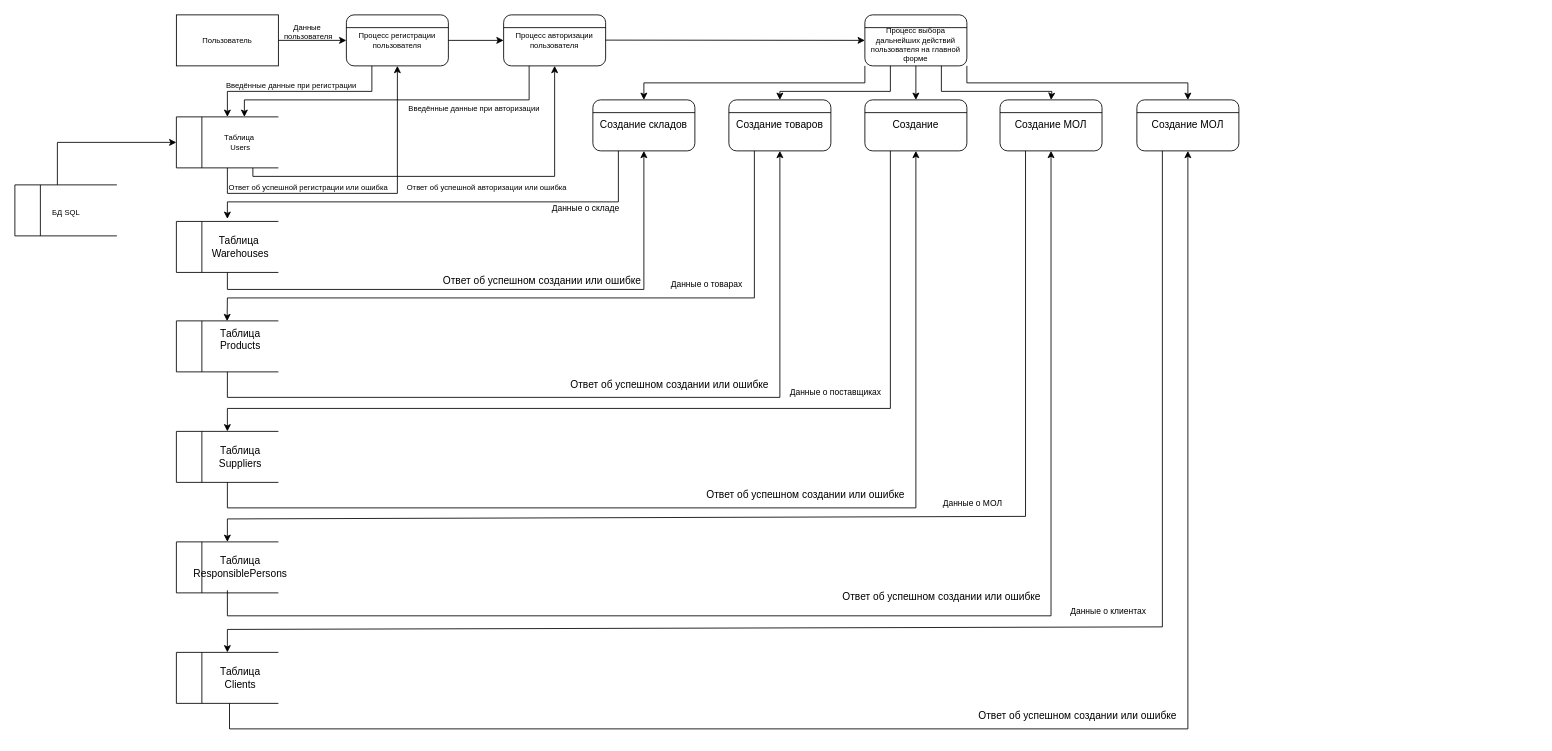
The draw.io diagram DFD.drawio in dallas-ak/MiSPIS, before the edit. Source tidied: cells renumbered, new cells numbered last; positions are measured from the earlier drawing's top-left corner, leaving out a move shared by most shapes. Both pictures are drawn from the tidied source at 85%, with x=0, y=0 at pixel (14, 14).
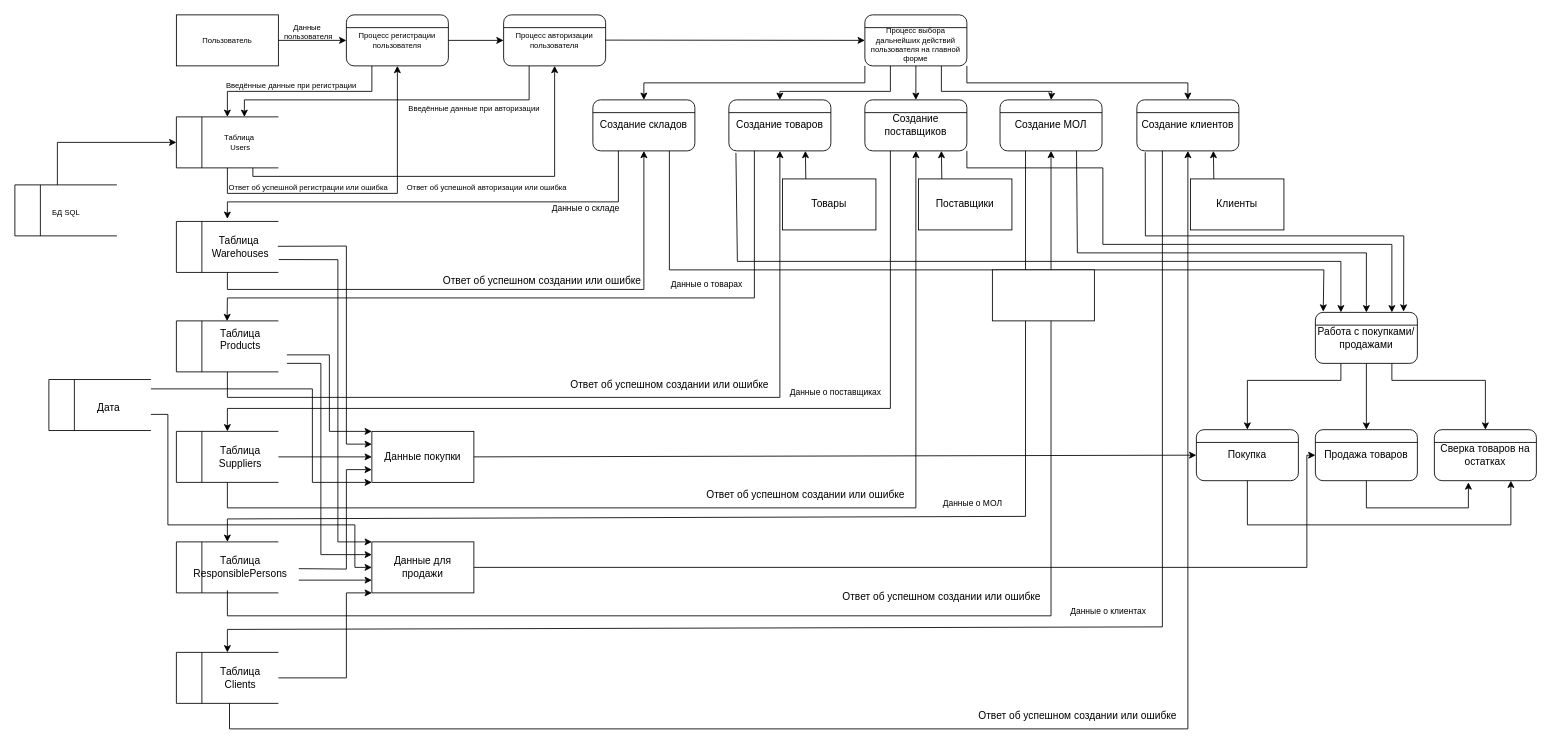
The same page after the edit.

The change refers to these unchanged cells:
```xml
<mxCell id="36" value="Создание складов" style="rounded=1;whiteSpace=wrap;html=1;" parent="1" vertex="1">
  <mxGeometry x="680" y="100" width="120" height="60" as="geometry" />
</mxCell>
<mxCell id="38" value="Создание товаров" style="rounded=1;whiteSpace=wrap;html=1;" parent="1" vertex="1">
  <mxGeometry x="840" y="100" width="120" height="60" as="geometry" />
</mxCell>
<mxCell id="45" value="Таблица&amp;nbsp;&lt;div&gt;Warehouses&lt;/div&gt;" style="text;html=1;align=center;verticalAlign=middle;points=[];strokeColor=none;fillColor=none;" parent="41" vertex="1">
  <mxGeometry x="30" y="10" width="90" height="40" as="geometry" />
</mxCell>
<mxCell id="64" value="Создание МОЛ" style="rounded=1;whiteSpace=wrap;html=1;" parent="1" vertex="1">
  <mxGeometry x="1159" y="100" width="120" height="60" as="geometry" />
</mxCell>
<mxCell id="86" value="Таблица&lt;div&gt;&lt;span style=&quot;background-color: initial;&quot;&gt;ResponsiblePersons&lt;/span&gt;&lt;/div&gt;" style="text;html=1;align=center;verticalAlign=middle;points=[];strokeColor=none;fillColor=none;" parent="82" vertex="1">
  <mxGeometry x="10" y="10" width="130" height="40" as="geometry" />
</mxCell>
```

The edit, as a diff of the source:
```diff
@@
-    <mxCell id="62" value="Создание" style="rounded=1;whiteSpace=wrap;html=1;" parent="1" vertex="1">
+    <mxCell id="62" value="Создание поставщиков" style="rounded=1;whiteSpace=wrap;html=1;" parent="1" vertex="1">
       <mxGeometry x="1000" y="100" width="120" height="60" as="geometry" />
     </mxCell>
@@
-    <mxCell id="66" value="Создание МОЛ" style="rounded=1;whiteSpace=wrap;html=1;" parent="1" vertex="1">
+    <mxCell id="66" value="Создание клиентов" style="rounded=1;whiteSpace=wrap;html=1;" parent="1" vertex="1">
       <mxGeometry x="1320" y="100" width="120" height="60" as="geometry" />
     </mxCell>
@@
+    <mxCell id="106" style="endArrow=classic;html=1;rounded=0;entryX=0.75;entryY=1;entryDx=0;entryDy=0;exitX=0.25;exitY=0;exitDx=0;exitDy=0;" parent="1" edge="1" source="127" target="38">
+      <mxGeometry relative="1" as="geometry" />
+    </mxCell>
+    <mxCell id="107" style="endArrow=classic;html=1;rounded=0;entryX=0.75;entryY=1;entryDx=0;entryDy=0;exitX=0.25;exitY=0;exitDx=0;exitDy=0;" parent="1" edge="1" source="128" target="62">
+      <mxGeometry relative="1" as="geometry" />
+    </mxCell>
+    <mxCell id="108" style="endArrow=classic;html=1;rounded=0;entryX=0.75;entryY=1;entryDx=0;entryDy=0;exitX=0.25;exitY=0;exitDx=0;exitDy=0;" parent="1" edge="1" source="129" target="66">
+      <mxGeometry relative="1" as="geometry" />
+    </mxCell>
+    <mxCell id="109" style="endArrow=classic;html=1;rounded=0;exitX=0.75;exitY=1;exitDx=0;exitDy=0;entryX=0.077;entryY=-0.015;entryDx=0;entryDy=0;entryPerimeter=0;" parent="1" edge="1" source="36" target="114">
+      <mxGeometry relative="1" as="geometry">
+        <Array as="points">
+          <mxPoint x="770" y="300" />
+          <mxPoint x="1540" y="300" />
+        </Array>
+      </mxGeometry>
+    </mxCell>
+    <mxCell id="110" style="endArrow=classic;html=1;rounded=0;exitX=0.069;exitY=1.04;exitDx=0;exitDy=0;exitPerimeter=0;entryX=0.25;entryY=0;entryDx=0;entryDy=0;" parent="1" edge="1" source="38" target="114">
+      <mxGeometry relative="1" as="geometry">
+        <Array as="points">
+          <mxPoint x="850" y="290" />
+          <mxPoint x="1560" y="290" />
+        </Array>
+      </mxGeometry>
+    </mxCell>
+    <mxCell id="111" style="endArrow=classic;html=1;rounded=0;exitX=1;exitY=1;exitDx=0;exitDy=0;entryX=0.75;entryY=0;entryDx=0;entryDy=0;" parent="1" edge="1" source="62" target="114">
+      <mxGeometry relative="1" as="geometry">
+        <Array as="points">
+          <mxPoint x="1120" y="180" />
+          <mxPoint x="1280" y="180" />
+          <mxPoint x="1280" y="270" />
+          <mxPoint x="1620" y="270" />
+        </Array>
+      </mxGeometry>
+    </mxCell>
+    <mxCell id="112" style="endArrow=classic;html=1;rounded=0;exitX=0.75;exitY=1;exitDx=0;exitDy=0;entryX=0.5;entryY=0;entryDx=0;entryDy=0;" parent="1" edge="1" source="64" target="114">
+      <mxGeometry relative="1" as="geometry">
+        <Array as="points">
+          <mxPoint x="1250" y="280" />
+          <mxPoint x="1590" y="280" />
+        </Array>
+      </mxGeometry>
+    </mxCell>
+    <mxCell id="113" style="endArrow=classic;html=1;rounded=0;exitX=0.082;exitY=1.028;exitDx=0;exitDy=0;exitPerimeter=0;entryX=0.865;entryY=-0.015;entryDx=0;entryDy=0;entryPerimeter=0;" parent="1" edge="1" source="66" target="114">
+      <mxGeometry relative="1" as="geometry">
+        <Array as="points">
+          <mxPoint x="1330" y="260" />
+          <mxPoint x="1634" y="260" />
+        </Array>
+      </mxGeometry>
+    </mxCell>
+    <mxCell id="114" value="Работа с покупками/ продажами" style="rounded=1;whiteSpace=wrap;html=1;" parent="1" vertex="1">
+      <mxGeometry x="1530" y="350" width="120" height="60" as="geometry" />
+    </mxCell>
+    <mxCell id="115" style="endArrow=none;html=1;rounded=0;exitX=0;exitY=0.25;exitDx=0;exitDy=0;entryX=1;entryY=0.25;entryDx=0;entryDy=0;" parent="1" edge="1" source="114" target="114">
+      <mxGeometry relative="1" as="geometry" />
+    </mxCell>
+    <mxCell id="116" value="Покупка" style="rounded=1;whiteSpace=wrap;html=1;" parent="1" vertex="1">
+      <mxGeometry x="1390" y="488" width="120" height="60" as="geometry" />
+    </mxCell>
+    <mxCell id="117" style="endArrow=none;html=1;rounded=0;exitX=0;exitY=0.25;exitDx=0;exitDy=0;entryX=1;entryY=0.25;entryDx=0;entryDy=0;" parent="1" edge="1" source="116" target="116">
+      <mxGeometry relative="1" as="geometry" />
+    </mxCell>
+    <mxCell id="118" value="Продажа товаров" style="rounded=1;whiteSpace=wrap;html=1;" parent="1" vertex="1">
+      <mxGeometry x="1530" y="488" width="120" height="60" as="geometry" />
+    </mxCell>
+    <mxCell id="119" style="endArrow=none;html=1;rounded=0;exitX=0;exitY=0.25;exitDx=0;exitDy=0;entryX=1;entryY=0.25;entryDx=0;entryDy=0;" parent="1" edge="1" source="118" target="118">
+      <mxGeometry relative="1" as="geometry" />
+    </mxCell>
+    <mxCell id="120" value="Сверка товаров на остатках" style="rounded=1;whiteSpace=wrap;html=1;" parent="1" vertex="1">
+      <mxGeometry x="1670" y="488" width="120" height="60" as="geometry" />
+    </mxCell>
+    <mxCell id="121" style="endArrow=none;html=1;rounded=0;exitX=0;exitY=0.25;exitDx=0;exitDy=0;entryX=1;entryY=0.25;entryDx=0;entryDy=0;" parent="1" edge="1" source="120" target="120">
+      <mxGeometry relative="1" as="geometry" />
+    </mxCell>
+    <mxCell id="122" style="endArrow=classic;html=1;rounded=0;entryX=0.5;entryY=0;entryDx=0;entryDy=0;exitX=0.25;exitY=1;exitDx=0;exitDy=0;" parent="1" edge="1" source="114" target="116">
+      <mxGeometry relative="1" as="geometry">
+        <Array as="points">
+          <mxPoint x="1560" y="430" />
+          <mxPoint x="1450" y="430" />
+        </Array>
+      </mxGeometry>
+    </mxCell>
+    <mxCell id="123" style="endArrow=classic;html=1;rounded=0;entryX=0.5;entryY=0;entryDx=0;entryDy=0;exitX=0.5;exitY=1;exitDx=0;exitDy=0;" parent="1" edge="1" source="114" target="118">
+      <mxGeometry relative="1" as="geometry" />
+    </mxCell>
+    <mxCell id="124" style="endArrow=classic;html=1;rounded=0;entryX=0.5;entryY=0;entryDx=0;entryDy=0;exitX=0.75;exitY=1;exitDx=0;exitDy=0;" parent="1" edge="1" source="114" target="120">
+      <mxGeometry relative="1" as="geometry">
+        <Array as="points">
+          <mxPoint x="1620" y="430" />
+          <mxPoint x="1730" y="430" />
+        </Array>
+      </mxGeometry>
+    </mxCell>
+    <mxCell id="125" style="endArrow=classic;html=1;rounded=0;exitX=0.993;exitY=0.482;exitDx=0;exitDy=0;exitPerimeter=0;entryX=0;entryY=0.25;entryDx=0;entryDy=0;" parent="1" edge="1" source="45" target="131">
+      <mxGeometry relative="1" as="geometry">
+        <Array as="points">
+          <mxPoint x="390" y="272" />
+          <mxPoint x="390" y="505" />
+        </Array>
+      </mxGeometry>
+    </mxCell>
+    <mxCell id="126" style="rounded=0;whiteSpace=wrap;html=1;" parent="1" vertex="1">
+      <mxGeometry x="1150" y="300" width="120" height="60" as="geometry" />
+    </mxCell>
+    <mxCell id="127" value="Товары" style="rounded=0;whiteSpace=wrap;html=1;" parent="1" vertex="1">
+      <mxGeometry x="903" y="193" width="110" height="60" as="geometry" />
+    </mxCell>
+    <mxCell id="128" value="Поставщики" style="rounded=0;whiteSpace=wrap;html=1;" parent="1" vertex="1">
+      <mxGeometry x="1063" y="193" width="110" height="60" as="geometry" />
+    </mxCell>
+    <mxCell id="129" value="Клиенты" style="rounded=0;whiteSpace=wrap;html=1;" parent="1" vertex="1">
+      <mxGeometry x="1383" y="193" width="110" height="60" as="geometry" />
+    </mxCell>
+    <mxCell id="130" style="endArrow=classic;html=1;rounded=0;exitX=1.031;exitY=0.538;exitDx=0;exitDy=0;exitPerimeter=0;entryX=0;entryY=0.75;entryDx=0;entryDy=0;" parent="1" edge="1" source="86" target="131">
+      <mxGeometry relative="1" as="geometry">
+        <Array as="points">
+          <mxPoint x="390" y="652" />
+          <mxPoint x="390" y="535" />
+        </Array>
+      </mxGeometry>
+    </mxCell>
+    <mxCell id="131" value="Данные покупки" style="rounded=0;whiteSpace=wrap;html=1;" parent="1" vertex="1">
+      <mxGeometry x="420" y="490" width="120" height="60" as="geometry" />
+    </mxCell>
+    <mxCell id="132" style="endArrow=classic;html=1;rounded=0;entryX=0;entryY=0.5;entryDx=0;entryDy=0;" parent="1" edge="1" target="131">
+      <mxGeometry relative="1" as="geometry">
+        <mxPoint x="310" y="520" as="sourcePoint" />
+      </mxGeometry>
+    </mxCell>
+    <mxCell id="133" style="group;" parent="1" vertex="1">
+      <mxGeometry x="40" y="429" width="120" height="60" as="geometry" />
+    </mxCell>
+    <mxCell id="134" style="group;flipV=0;flipH=1;" parent="133" vertex="1">
+      <mxGeometry width="120" height="60" as="geometry" />
+    </mxCell>
+    <mxCell id="135" style="endArrow=none;html=1;rounded=0;" parent="134" edge="1">
+      <mxGeometry relative="1" as="geometry">
+        <mxPoint x="120" as="sourcePoint" />
+        <mxPoint as="targetPoint" />
+      </mxGeometry>
+    </mxCell>
+    <mxCell id="136" style="endArrow=none;html=1;rounded=0;" parent="134" edge="1">
+      <mxGeometry relative="1" as="geometry">
+        <mxPoint y="60" as="sourcePoint" />
+        <mxPoint as="targetPoint" />
+      </mxGeometry>
+    </mxCell>
+    <mxCell id="137" style="endArrow=none;html=1;rounded=0;" parent="134" edge="1">
+      <mxGeometry relative="1" as="geometry">
+        <mxPoint x="120" y="60" as="sourcePoint" />
+        <mxPoint y="60" as="targetPoint" />
+      </mxGeometry>
+    </mxCell>
+    <mxCell id="138" style="endArrow=none;html=1;rounded=0;" parent="133" edge="1">
+      <mxGeometry relative="1" as="geometry">
+        <mxPoint x="30" y="60" as="sourcePoint" />
+        <mxPoint x="30" as="targetPoint" />
+      </mxGeometry>
+    </mxCell>
+    <mxCell id="139" value="Дата" style="text;html=1;align=center;verticalAlign=middle;strokeColor=none;fillColor=none;" parent="1" vertex="1">
+      <mxGeometry x="85" y="448" width="50" height="30" as="geometry" />
+    </mxCell>
+    <mxCell id="140" style="endArrow=classic;html=1;rounded=0;entryX=0;entryY=1;entryDx=0;entryDy=0;" parent="1" edge="1" target="131">
+      <mxGeometry relative="1" as="geometry">
+        <mxPoint x="160" y="440" as="sourcePoint" />
+        <Array as="points">
+          <mxPoint x="350" y="440" />
+          <mxPoint x="350" y="550" />
+        </Array>
+      </mxGeometry>
+    </mxCell>
+    <mxCell id="141" style="endArrow=classic;html=1;rounded=0;entryX=0;entryY=0;entryDx=0;entryDy=0;" parent="1" edge="1" target="131">
+      <mxGeometry relative="1" as="geometry">
+        <mxPoint x="320" y="400" as="sourcePoint" />
+        <Array as="points">
+          <mxPoint x="370" y="400" />
+          <mxPoint x="370" y="490" />
+        </Array>
+      </mxGeometry>
+    </mxCell>
+    <mxCell id="142" style="endArrow=classic;html=1;rounded=0;entryX=0;entryY=0.5;entryDx=0;entryDy=0;exitX=1;exitY=0.5;exitDx=0;exitDy=0;" parent="1" edge="1" source="131" target="116">
+      <mxGeometry relative="1" as="geometry" />
+    </mxCell>
+    <mxCell id="143" value="Данные для продажи" style="rounded=0;whiteSpace=wrap;html=1;" parent="1" vertex="1">
+      <mxGeometry x="420" y="620" width="120" height="60" as="geometry" />
+    </mxCell>
+    <mxCell id="144" style="endArrow=classic;html=1;rounded=0;entryX=0;entryY=1;entryDx=0;entryDy=0;" parent="1" edge="1" target="143">
+      <mxGeometry relative="1" as="geometry">
+        <mxPoint x="310" y="780" as="sourcePoint" />
+        <Array as="points">
+          <mxPoint x="390" y="780" />
+          <mxPoint x="390" y="680" />
+        </Array>
+      </mxGeometry>
+    </mxCell>
+    <mxCell id="145" style="endArrow=classic;html=1;rounded=0;entryX=0;entryY=0.75;entryDx=0;entryDy=0;" parent="1" edge="1" target="143">
+      <mxGeometry relative="1" as="geometry">
+        <mxPoint x="334" y="665" as="sourcePoint" />
+      </mxGeometry>
+    </mxCell>
+    <mxCell id="146" style="endArrow=classic;html=1;rounded=0;entryX=0;entryY=0.5;entryDx=0;entryDy=0;" parent="1" edge="1" target="143">
+      <mxGeometry relative="1" as="geometry">
+        <mxPoint x="160" y="470" as="sourcePoint" />
+        <Array as="points">
+          <mxPoint x="180" y="470" />
+          <mxPoint x="180" y="600" />
+          <mxPoint x="400" y="600" />
+          <mxPoint x="400" y="650" />
+        </Array>
+      </mxGeometry>
+    </mxCell>
+    <mxCell id="147" style="endArrow=classic;html=1;rounded=0;entryX=0;entryY=0.25;entryDx=0;entryDy=0;" parent="1" edge="1" target="143">
+      <mxGeometry relative="1" as="geometry">
+        <mxPoint x="320" y="410" as="sourcePoint" />
+        <Array as="points">
+          <mxPoint x="360" y="410" />
+          <mxPoint x="360" y="635" />
+        </Array>
+      </mxGeometry>
+    </mxCell>
+    <mxCell id="148" style="endArrow=classic;html=1;rounded=0;entryX=0;entryY=0;entryDx=0;entryDy=0;exitX=1.004;exitY=0.871;exitDx=0;exitDy=0;exitPerimeter=0;" parent="1" edge="1" source="45" target="143">
+      <mxGeometry relative="1" as="geometry">
+        <Array as="points">
+          <mxPoint x="380" y="288" />
+          <mxPoint x="380" y="620" />
+        </Array>
+      </mxGeometry>
+    </mxCell>
+    <mxCell id="149" style="endArrow=classic;html=1;rounded=0;entryX=0;entryY=0.5;entryDx=0;entryDy=0;exitX=1;exitY=0.5;exitDx=0;exitDy=0;" parent="1" edge="1" source="143" target="118">
+      <mxGeometry relative="1" as="geometry">
+        <Array as="points">
+          <mxPoint x="1520" y="650" />
+          <mxPoint x="1520" y="518" />
+        </Array>
+      </mxGeometry>
+    </mxCell>
+    <mxCell id="150" style="endArrow=classic;html=1;rounded=0;exitX=0.5;exitY=1;exitDx=0;exitDy=0;entryX=0.75;entryY=1;entryDx=0;entryDy=0;" parent="1" edge="1" source="116" target="120">
+      <mxGeometry relative="1" as="geometry">
+        <Array as="points">
+          <mxPoint x="1450" y="600" />
+          <mxPoint x="1760" y="600" />
+        </Array>
+      </mxGeometry>
+    </mxCell>
+    <mxCell id="151" style="endArrow=classic;html=1;rounded=0;exitX=0.5;exitY=1;exitDx=0;exitDy=0;" parent="1" edge="1" source="118">
+      <mxGeometry relative="1" as="geometry">
+        <mxPoint x="1710" y="550" as="targetPoint" />
+        <Array as="points">
+          <mxPoint x="1590" y="580" />
+          <mxPoint x="1710" y="580" />
+        </Array>
+      </mxGeometry>
+    </mxCell>
```
